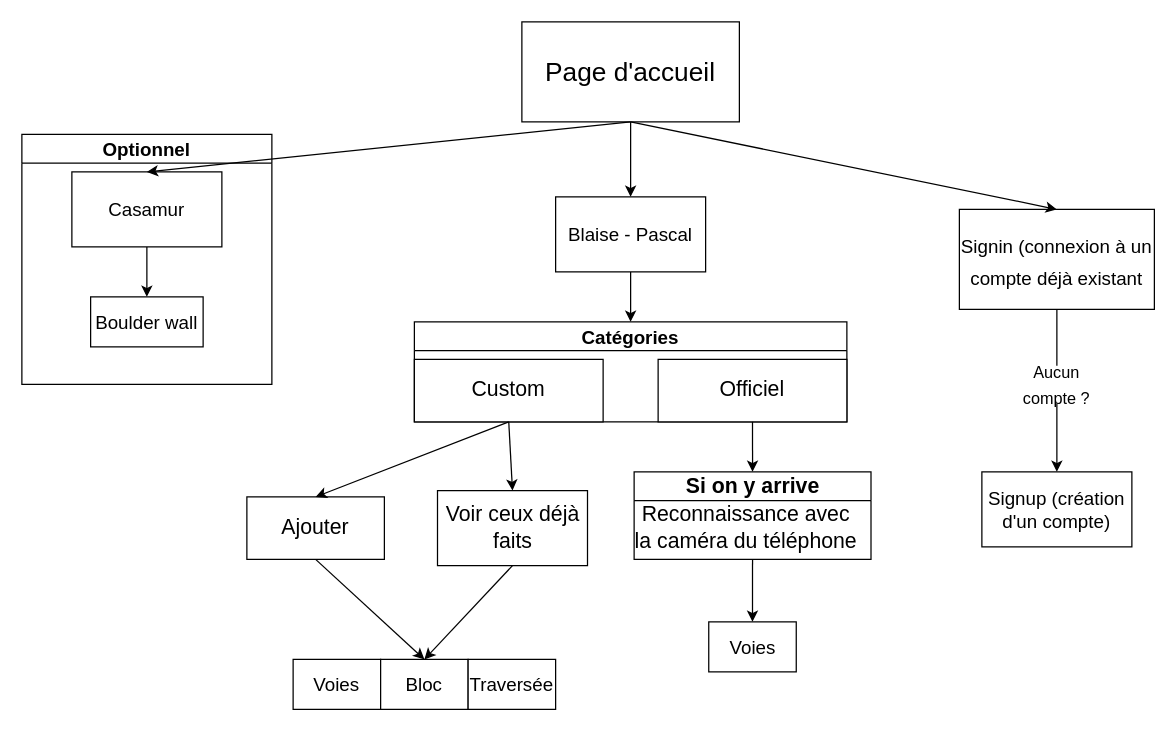
Above: structure pages.drawio in Greenmattt/SeekAClimb (draw.io), before the change. Source tidied: cells renumbered, new cells numbered last; positions are measured from the earlier drawing's top-left corner, leaving out a move shared by most shapes. Both pictures are drawn from the tidied source at 125%, with x=0, y=0 at pixel (21, 21).
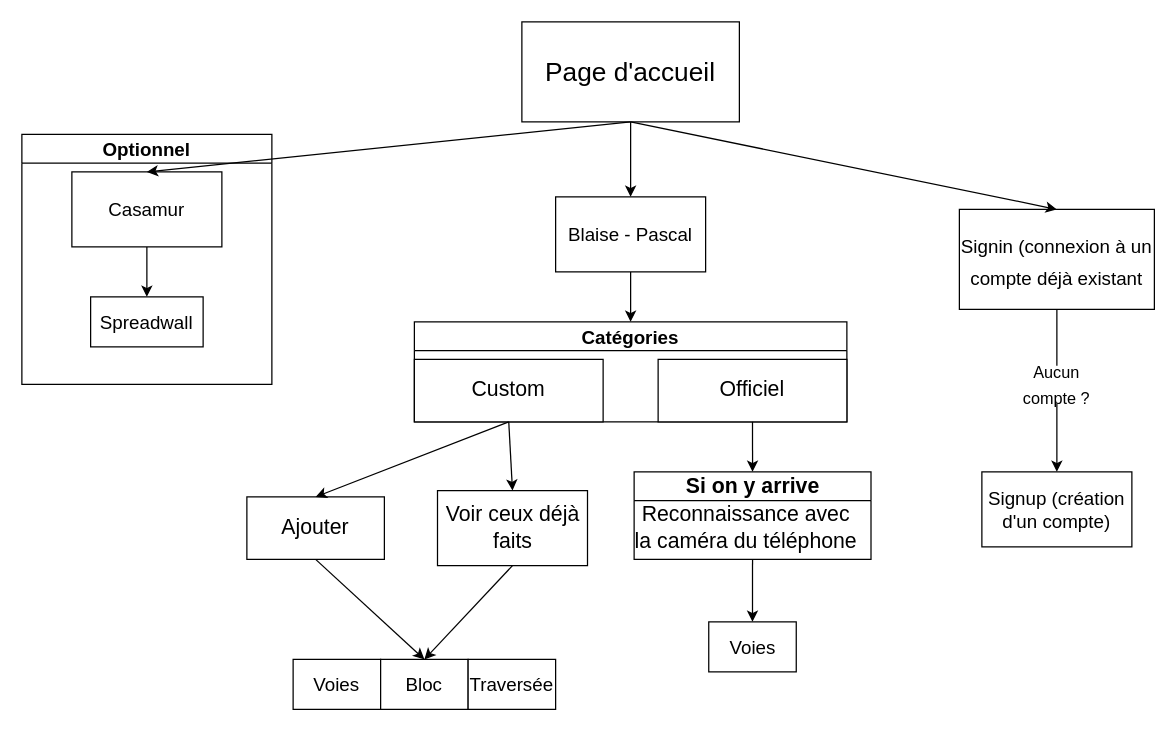
The same diagram, later.

Unchanged cells that the change refers to:
```xml
<mxCell id="9" value="Optionnel" style="swimlane;whiteSpace=wrap;html=1;fontSize=15;" parent="1" vertex="1">
  <mxGeometry y="90" width="200" height="200" as="geometry" />
</mxCell>
```

What changed in the source:
```diff
@@
-    <mxCell id="11" value="Boulder wall" style="rounded=0;whiteSpace=wrap;html=1;fontSize=15;" parent="9" vertex="1">
+    <mxCell id="11" value="Spreadwall" style="rounded=0;whiteSpace=wrap;html=1;fontSize=15;" parent="9" vertex="1">
       <mxGeometry x="55" y="130" width="90" height="40" as="geometry" />
     </mxCell>
```
